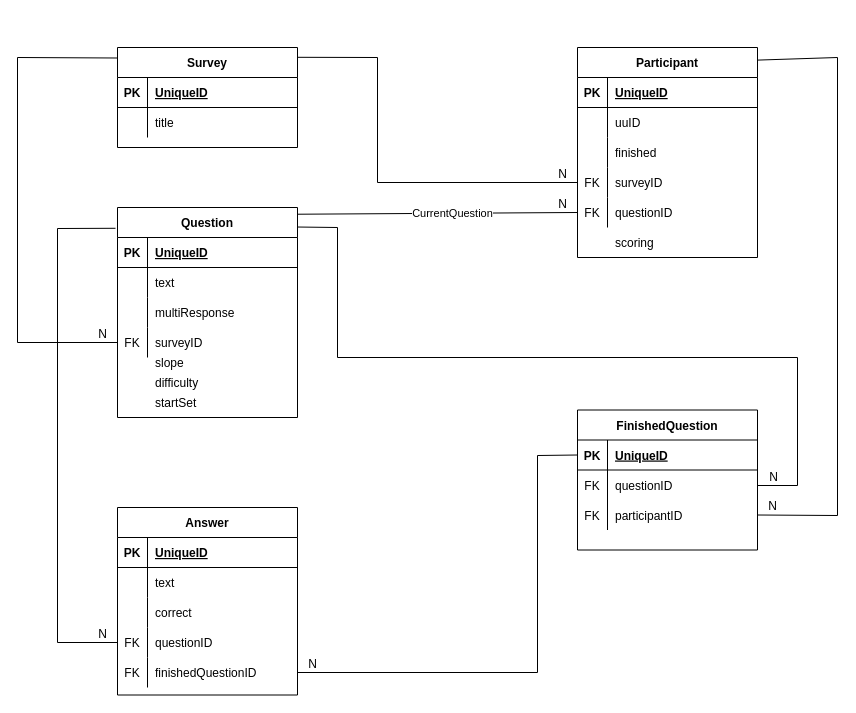
Before: docs/database.drawio in SATOCA/SATOCA, a draw.io diagram. Source tidied: cells renumbered, new cells numbered last; positions are measured from the earlier drawing's top-left corner, leaving out a move shared by most shapes. Both pictures are drawn from the tidied source at 100%, with x=0, y=0 at pixel (17, 47).
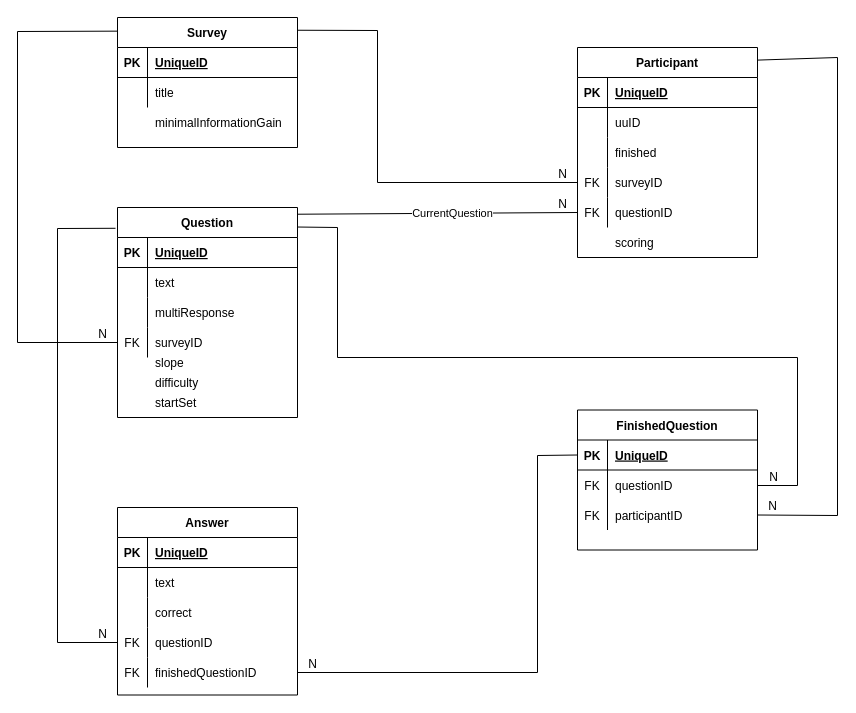
After the change.

Commit message (it also covers changes not shown here):
add minimal information gain to database - version 2

Unchanged cells that the change refers to:
```xml
<mxCell id="22" style="shape=partialRectangle;fillColor=none;top=0;left=0;bottom=0;right=0;points=[[0,0.5],[1,0.5]];portConstraint=eastwest;" parent="12" vertex="1">
  <mxGeometry y="120" width="180" height="30" as="geometry" />
</mxCell>
<mxCell id="35" style="shape=partialRectangle;fillColor=none;top=0;left=0;bottom=0;right=0;points=[[0,0.5],[1,0.5]];portConstraint=eastwest;" parent="25" vertex="1">
  <mxGeometry y="120" width="180" height="30" as="geometry" />
</mxCell>
```

What changed in the source:
```diff
@@
     <mxCell id="6" style="endArrow=none;html=1;rounded=0;entryX=0;entryY=0.5;entryDx=0;entryDy=0;exitX=0.999;exitY=0.098;exitDx=0;exitDy=0;exitPerimeter=0;" parent="1" edge="1" source="72" target="35">
       <mxGeometry relative="1" as="geometry">
         <Array as="points">
-          <mxPoint x="360" y="10" />
+          <mxPoint x="360" y="-17" />
           <mxPoint x="360" y="135" />
         </Array>
       </mxGeometry>
     </mxCell>
@@
     <mxCell id="8" style="endArrow=none;html=1;rounded=0;exitX=-0.001;exitY=0.105;exitDx=0;exitDy=0;entryX=0;entryY=0.5;entryDx=0;entryDy=0;exitPerimeter=0;" parent="1" edge="1" source="72" target="22">
       <mxGeometry relative="1" as="geometry">
         <Array as="points">
-          <mxPoint y="10" />
+          <mxPoint y="-16" />
           <mxPoint y="295" />
         </Array>
       </mxGeometry>
     </mxCell>
@@
     <mxCell id="72" value="Survey" style="shape=table;startSize=30;childLayout=tableLayout;rowLines=0;fontStyle=1;align=center;" parent="1" vertex="1">
-      <mxGeometry x="100" width="180" height="100" as="geometry" />
+      <mxGeometry x="100" y="-30" width="180" height="130" as="geometry" />
     </mxCell>
@@
+    <mxCell id="83" value="minimalInformationGain" style="shape=partialRectangle;fillColor=none;top=0;left=0;bottom=0;right=0;align=left;spacingLeft=6;overflow=hidden;" parent="1" vertex="1">
+      <mxGeometry x="130" y="60" width="150" height="30" as="geometry" />
+    </mxCell>
```
